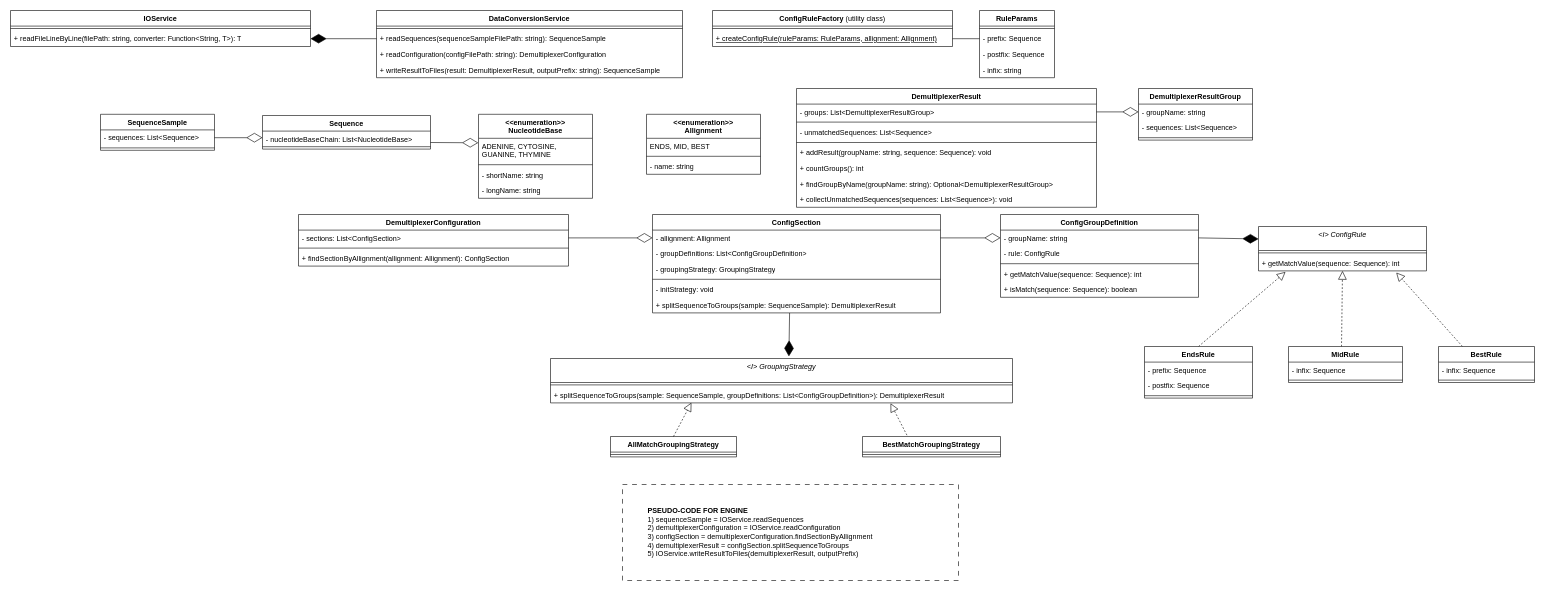
Before: uml.drawio in bodroghykristof/omixon-demultiplexer, a draw.io diagram. Source tidied: cells renumbered, new cells numbered last; positions are measured from the earlier drawing's top-left corner, leaving out a move shared by most shapes. Both pictures are drawn from the tidied source at 60%, with x=0, y=0 at pixel (10, 10).
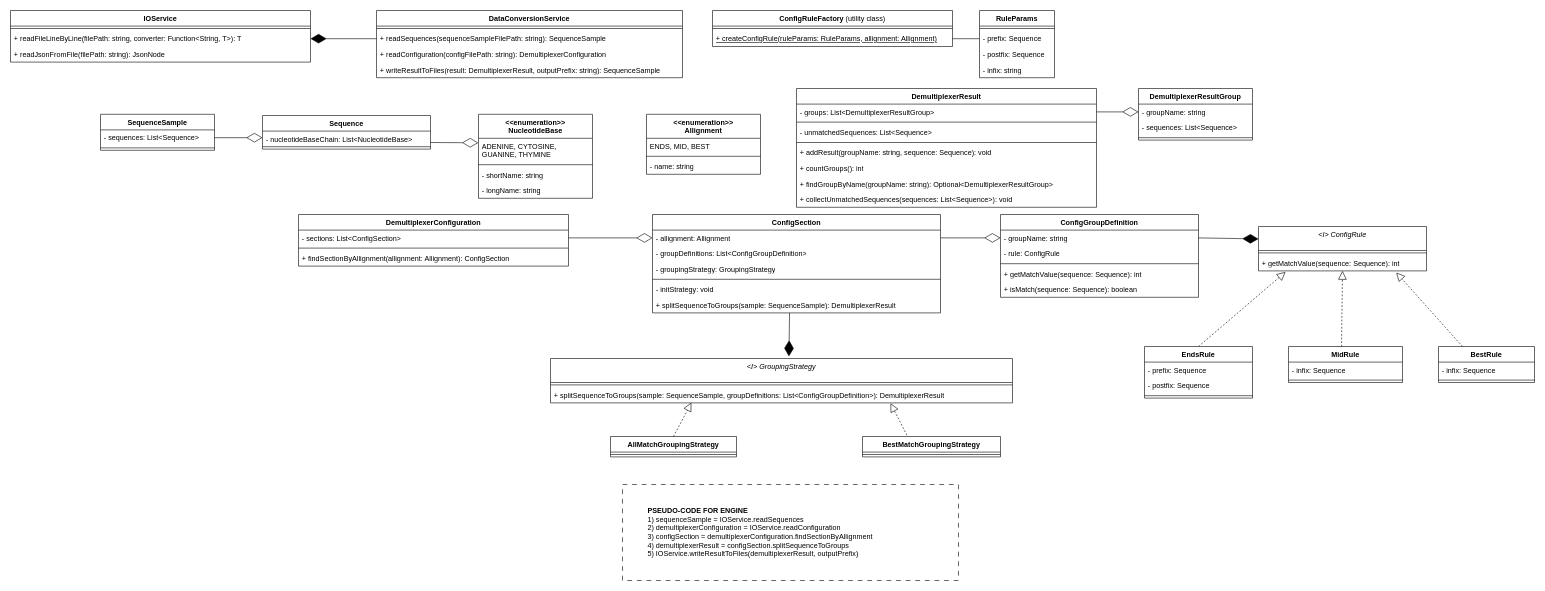
The same diagram, later.

The edit, as a diff of the source:
```diff
@@
     <mxCell id="2" value="IOService" style="swimlane;fontStyle=1;align=center;verticalAlign=top;horizontal=1;startSize=26;whiteSpace=wrap;html=1;" parent="1" vertex="1">
-      <mxGeometry width="500" height="60" as="geometry" />
+      <mxGeometry width="500" height="86" as="geometry" />
     </mxCell>
@@
+    <mxCell id="98" value="+ readJsonFromFile(filePath: string): JsonNode" style="text;strokeColor=none;fillColor=none;align=left;verticalAlign=top;spacingLeft=4;spacingRight=4;overflow=hidden;whiteSpace=wrap;html=1;" parent="2" vertex="1">
+      <mxGeometry y="60" width="500" height="26" as="geometry" />
+    </mxCell>
```
